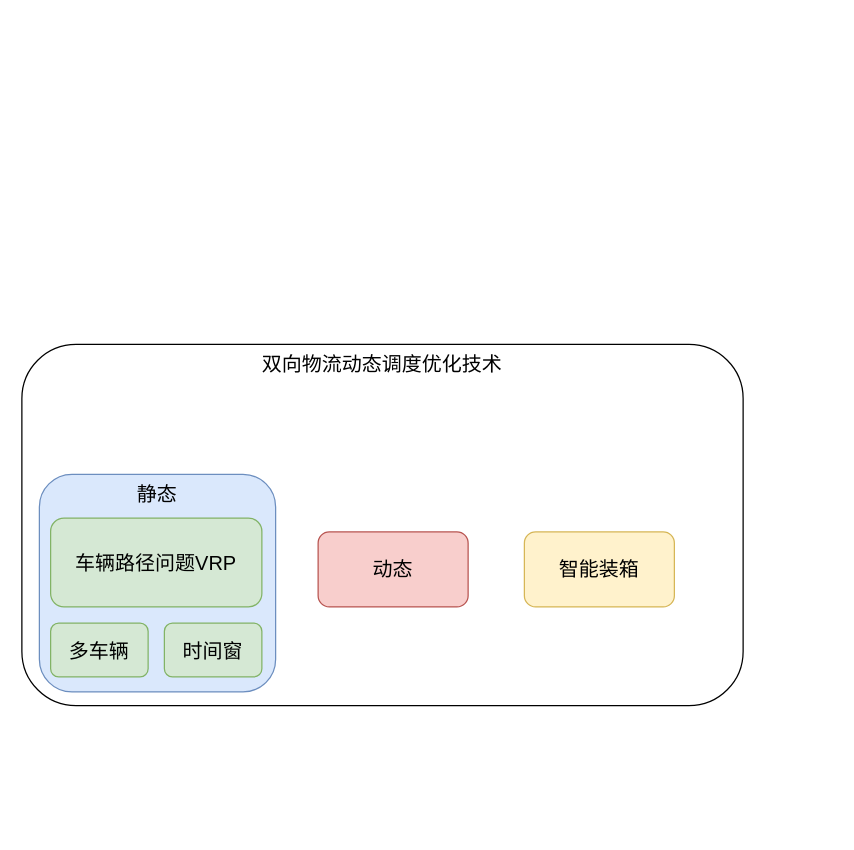
Before: 工作架构.drawio in lilingkang/drawio-files, a draw.io diagram. Source tidied: cells renumbered, new cells numbered last; positions are measured from the earlier drawing's top-left corner, leaving out a move shared by most shapes. Both pictures are drawn from the tidied source at 125%, with x=0, y=0 at pixel (21, 344).
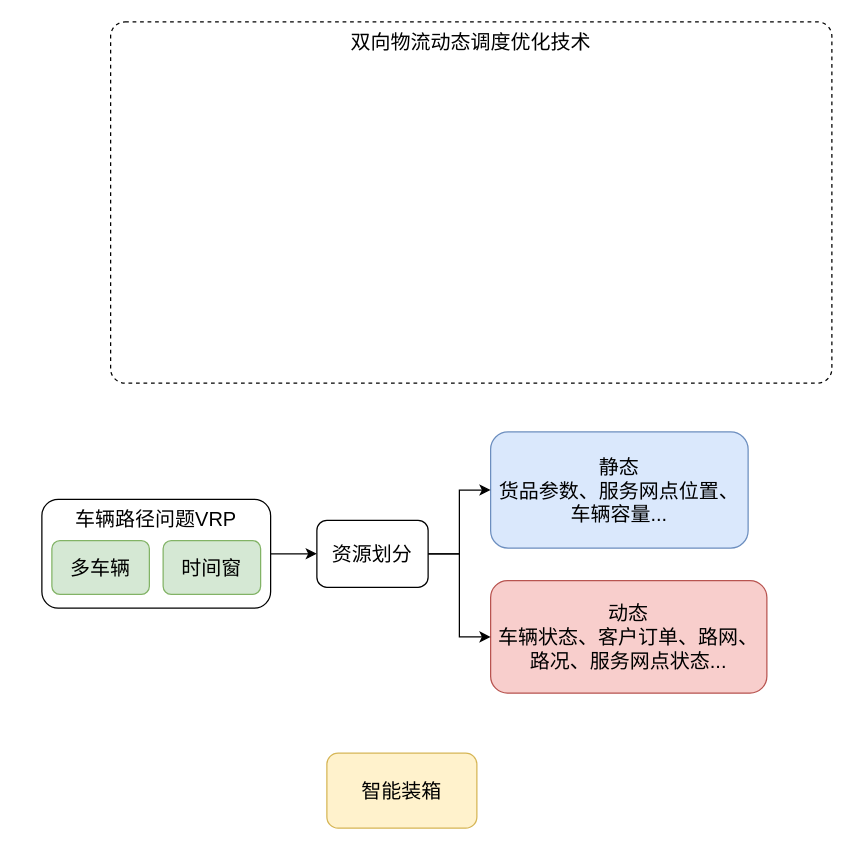
Above is the later version.

Commit message:
更新工作架构.drawio

What changed in the source:
```diff
@@
 <mxGraphModel>
   <root>
     <mxCell id="0" />
     <mxCell id="1" parent="0" />
-    <mxCell id="2" value="双向物流动态调度优化技术" style="rounded=1;whiteSpace=wrap;html=1;fontSize=16;verticalAlign=top;" parent="1" vertex="1">
-      <mxGeometry width="577" height="289" as="geometry" />
+    <mxCell id="2" value="双向物流动态调度优化技术" style="rounded=1;whiteSpace=wrap;html=1;fontSize=16;verticalAlign=top;arcSize=4;dashed=1;" parent="1" vertex="1">
+      <mxGeometry x="71" y="-258" width="577" height="289" as="geometry" />
     </mxCell>
-    <mxCell id="3" value="静态" style="rounded=1;whiteSpace=wrap;html=1;fontSize=16;fillColor=#dae8fc;strokeColor=#6c8ebf;verticalAlign=top;" parent="1" vertex="1">
-      <mxGeometry x="14" y="104" width="189" height="174" as="geometry" />
-    </mxCell>
+    <mxCell id="8" value="智能装箱" style="rounded=1;whiteSpace=wrap;html=1;fontSize=16;fillColor=#fff2cc;strokeColor=#d6b656;" parent="1" vertex="1">
+      <mxGeometry x="244" y="327" width="120" height="60" as="geometry" />
+    </mxCell>
+    <mxCell id="9" style="group;" parent="1" vertex="1">
+      <mxGeometry x="12" y="70" width="584" height="209" as="geometry" />
+    </mxCell>
+    <mxCell id="10" style="group;" parent="9" vertex="1">
+      <mxGeometry y="54" width="187" height="87" as="geometry" />
+    </mxCell>
-    <mxCell id="4" value="&lt;font style=&quot;font-size: 16px;&quot;&gt;车辆路径问题VRP&lt;/font&gt;" style="rounded=1;whiteSpace=wrap;html=1;fillColor=#d5e8d4;strokeColor=#82b366;" parent="1" vertex="1">
-      <mxGeometry x="23" y="139" width="169" height="71" as="geometry" />
+    <mxCell id="4" value="&lt;font style=&quot;font-size: 16px;&quot;&gt;车辆路径问题VRP&lt;/font&gt;" style="rounded=1;whiteSpace=wrap;html=1;verticalAlign=top;" parent="10" vertex="1">
+      <mxGeometry x="4" width="183" height="87" as="geometry" />
     </mxCell>
-    <mxCell id="5" value="&lt;font style=&quot;font-size: 16px;&quot;&gt;时间窗&lt;/font&gt;" style="rounded=1;whiteSpace=wrap;html=1;fillColor=#d5e8d4;strokeColor=#82b366;" parent="1" vertex="1">
-      <mxGeometry x="114" y="223" width="78" height="43" as="geometry" />
+    <mxCell id="5" value="&lt;font style=&quot;font-size: 16px;&quot;&gt;时间窗&lt;/font&gt;" style="rounded=1;whiteSpace=wrap;html=1;fillColor=#d5e8d4;strokeColor=#82b366;" parent="10" vertex="1">
+      <mxGeometry x="101" y="33" width="78" height="43" as="geometry" />
     </mxCell>
-    <mxCell id="6" value="&lt;font style=&quot;font-size: 16px;&quot;&gt;多车辆&lt;/font&gt;" style="rounded=1;whiteSpace=wrap;html=1;fillColor=#d5e8d4;strokeColor=#82b366;" parent="1" vertex="1">
-      <mxGeometry x="23" y="223" width="78" height="43" as="geometry" />
+    <mxCell id="6" value="&lt;font style=&quot;font-size: 16px;&quot;&gt;多车辆&lt;/font&gt;" style="rounded=1;whiteSpace=wrap;html=1;fillColor=#d5e8d4;strokeColor=#82b366;" parent="10" vertex="1">
+      <mxGeometry x="12" y="33" width="78" height="43" as="geometry" />
     </mxCell>
-    <mxCell id="7" value="动态" style="rounded=1;whiteSpace=wrap;html=1;fontSize=16;fillColor=#f8cecc;strokeColor=#b85450;" parent="1" vertex="1">
-      <mxGeometry x="237" y="150" width="120" height="60" as="geometry" />
-    </mxCell>
-    <mxCell id="8" value="智能装箱" style="rounded=1;whiteSpace=wrap;html=1;fontSize=16;fillColor=#fff2cc;strokeColor=#d6b656;" parent="1" vertex="1">
-      <mxGeometry x="402" y="150" width="120" height="60" as="geometry" />
-    </mxCell>
+    <mxCell id="11" style="edgeStyle=orthogonalEdgeStyle;rounded=0;jettySize=auto;html=1;exitX=1;exitY=0.5;exitDx=0;exitDy=0;entryX=0;entryY=0.5;entryDx=0;entryDy=0;" parent="9" edge="1" source="4" target="12">
+      <mxGeometry relative="1" as="geometry" />
+    </mxCell>
+    <mxCell id="12" value="&lt;font style=&quot;font-size: 16px;&quot;&gt;资源划分&lt;/font&gt;" style="rounded=1;whiteSpace=wrap;html=1;verticalAlign=middle;" parent="9" vertex="1">
+      <mxGeometry x="224" y="70.8" width="89" height="53.5" as="geometry" />
+    </mxCell>
+    <mxCell id="13" value="&lt;font style=&quot;font-size: 16px;&quot;&gt;静态&lt;br&gt;&lt;div class=&quot;lake-content&quot;&gt;&lt;span class=&quot;ne-text&quot;&gt;货品参数、服务网点位置、车辆容量...&lt;/span&gt;&lt;/div&gt;&lt;/font&gt;" style="rounded=1;whiteSpace=wrap;html=1;fillColor=#dae8fc;strokeColor=#6c8ebf;" parent="9" vertex="1">
+      <mxGeometry x="363" width="206" height="93" as="geometry" />
+    </mxCell>
+    <mxCell id="14" style="edgeStyle=orthogonalEdgeStyle;rounded=0;jettySize=auto;html=1;entryX=0;entryY=0.5;entryDx=0;entryDy=0;" parent="9" edge="1" source="12" target="13">
+      <mxGeometry relative="1" as="geometry" />
+    </mxCell>
+    <mxCell id="15" value="&lt;font style=&quot;font-size: 16px;&quot;&gt;动态&lt;br&gt;&lt;div class=&quot;lake-content&quot;&gt;&lt;span class=&quot;ne-text&quot;&gt;车辆状态、客户订单、路网、路况、服务网点状态...&lt;/span&gt;&lt;/div&gt;&lt;/font&gt;" style="rounded=1;whiteSpace=wrap;html=1;fillColor=#f8cecc;strokeColor=#b85450;" parent="9" vertex="1">
+      <mxGeometry x="363" y="119" width="221" height="90" as="geometry" />
+    </mxCell>
+    <mxCell id="16" style="edgeStyle=orthogonalEdgeStyle;rounded=0;jettySize=auto;html=1;entryX=0;entryY=0.5;entryDx=0;entryDy=0;" parent="9" edge="1" source="12" target="15">
+      <mxGeometry relative="1" as="geometry" />
+    </mxCell>
   </root>
 </mxGraphModel>
```
